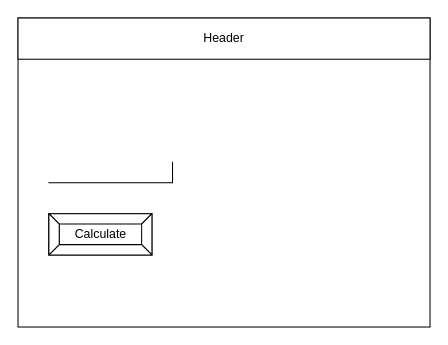
Above: design/story-board.drawio in Justin-Lavoie16/Unit-5-03-JS (draw.io), before the change. Source tidied: cells renumbered, new cells numbered last; positions are measured from the earlier drawing's top-left corner, leaving out a move shared by most shapes. Both pictures are drawn from the tidied source at 103%, with x=0, y=0 at pixel (18, 18).
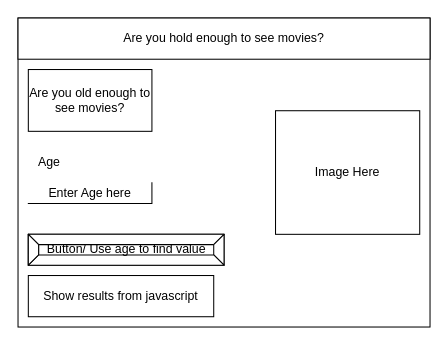
The same diagram, later.

Change to the diagram source:
```diff
@@
 <mxGraphModel>
   <root>
     <mxCell id="0" />
     <mxCell id="1" parent="0" />
     <mxCell id="2" style="rounded=0;whiteSpace=wrap;html=1;" parent="1" vertex="1">
       <mxGeometry width="400" height="300" as="geometry" />
     </mxCell>
-    <mxCell id="3" value="Header" style="rounded=0;whiteSpace=wrap;html=1;" parent="1" vertex="1">
+    <mxCell id="3" value="Are you hold enough to see movies?" style="rounded=0;whiteSpace=wrap;html=1;" parent="1" vertex="1">
       <mxGeometry width="400" height="40" as="geometry" />
     </mxCell>
-    <mxCell id="4" style="shape=partialRectangle;whiteSpace=wrap;html=1;top=0;left=0;fillColor=none;" parent="1" vertex="1">
-      <mxGeometry x="30" y="140" width="120" height="20" as="geometry" />
+    <mxCell id="4" value="Enter Age here" style="shape=partialRectangle;whiteSpace=wrap;html=1;top=0;left=0;fillColor=none;" parent="1" vertex="1">
+      <mxGeometry x="10" y="160" width="120" height="20" as="geometry" />
     </mxCell>
-    <mxCell id="5" value="Calculate" style="labelPosition=center;verticalLabelPosition=middle;align=center;html=1;shape=mxgraph.basic.button;dx=10;" parent="1" vertex="1">
-      <mxGeometry x="30" y="190" width="100" height="40" as="geometry" />
+    <mxCell id="5" value="Button/ Use age to find value" style="labelPosition=center;verticalLabelPosition=middle;align=center;html=1;shape=mxgraph.basic.button;dx=10;" parent="1" vertex="1">
+      <mxGeometry x="10" y="210" width="190" height="30" as="geometry" />
     </mxCell>
+    <mxCell id="6" value="Are you old enough to see movies?" style="whiteSpace=wrap;html=1;" parent="1" vertex="1">
+      <mxGeometry x="10" y="50" width="120" height="60" as="geometry" />
+    </mxCell>
+    <mxCell id="7" value="Age" style="text;html=1;align=center;verticalAlign=middle;fillColor=none;strokeColor=none;rounded=0;" parent="1" vertex="1">
+      <mxGeometry x="10" y="130" width="40" height="20" as="geometry" />
+    </mxCell>
+    <mxCell id="8" value="Image Here" style="whiteSpace=wrap;html=1;" parent="1" vertex="1">
+      <mxGeometry x="250" y="90" width="140" height="120" as="geometry" />
+    </mxCell>
+    <mxCell id="9" value="Show results from javascript" style="whiteSpace=wrap;html=1;" parent="1" vertex="1">
+      <mxGeometry x="10" y="250" width="180" height="40" as="geometry" />
+    </mxCell>
   </root>
 </mxGraphModel>
```
